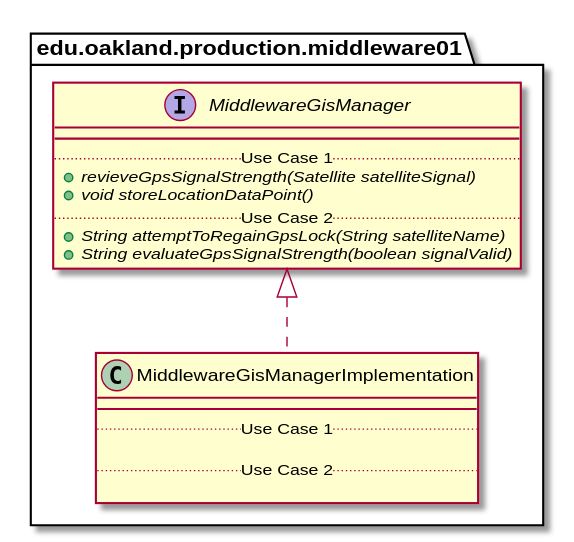
The PlantUML diagram docs/uml-class-diagrams/middleware01/production/MiddlewareGisManagerImplementation/MiddlewareGisManagerImplementation_DirectDependencies.svg in andrewdimmer/csi-3370-software-project, before a commit.
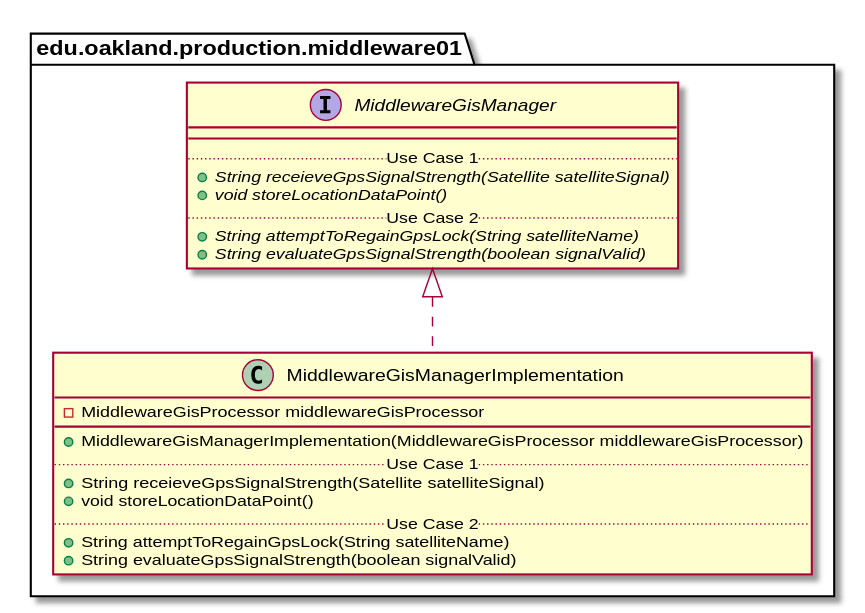
After the change.

The edit, as a diff of the source:
```diff
@@ -3,11 +3,15 @@
 
 package edu.oakland.production.middleware01 {
     class MiddlewareGisManagerImplementation {
+        - MiddlewareGisProcessor middlewareGisProcessor
         __
+        + MiddlewareGisManagerImplementation(MiddlewareGisProcessor middlewareGisProcessor)
         .. Use Case 1 ..
-
+        + String receieveGpsSignalStrength(Satellite satelliteSignal)
+        + void storeLocationDataPoint()
         .. Use Case 2 ..
-
+        + String attemptToRegainGpsLock(String satelliteName)
+        + String evaluateGpsSignalStrength(boolean signalValid)
     }
 }
 
@@ -17,7 +21,7 @@
     interface MiddlewareGisManager {
         __
         .. Use Case 1 ..
-        {abstract} + revieveGpsSignalStrength(Satellite satelliteSignal)
+        {abstract} + String receieveGpsSignalStrength(Satellite satelliteSignal)
         {abstract} + void storeLocationDataPoint()
         .. Use Case 2 ..
         {abstract} + String attemptToRegainGpsLock(String satelliteName)
```
